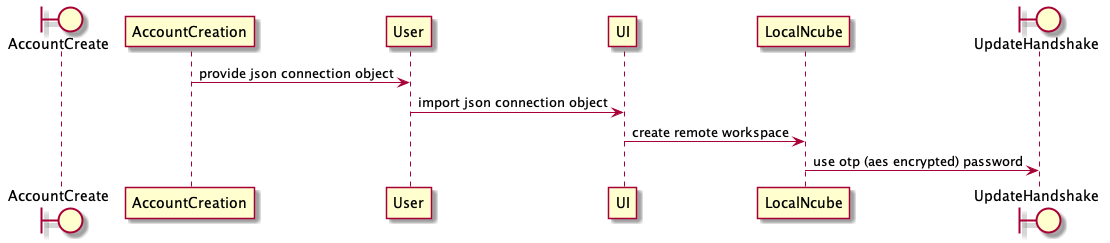
This is doc/diagrams/auth-create.png from critocrito/ncube, a PlantUML export, as it was before one commit. Source of this version:
```plantuml
@startuml
  boundary AccountCreate
  AccountCreation -> User: provide json connection object
  User -> UI: import json connection object
  UI -> LocalNcube: create remote workspace
  boundary UpdateHandshake
  LocalNcube -> UpdateHandshake: use otp (aes encrypted) password
@enduml
```
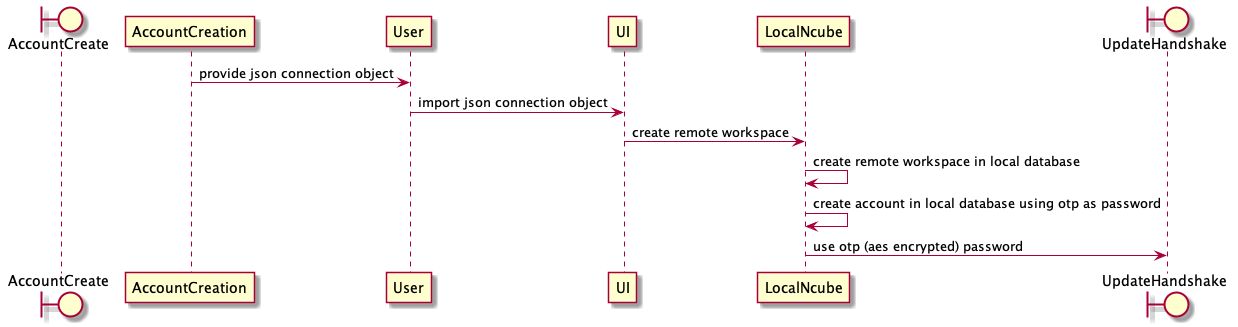
After the commit.

Diff of the diagram source:
```diff
@@ -3,6 +3,8 @@
   AccountCreation -> User: provide json connection object
   User -> UI: import json connection object
   UI -> LocalNcube: create remote workspace
+  LocalNcube -> LocalNcube: create remote workspace in local database
+  LocalNcube -> LocalNcube: create account in local database using otp as password
   boundary UpdateHandshake
   LocalNcube -> UpdateHandshake: use otp (aes encrypted) password
 @enduml
```
